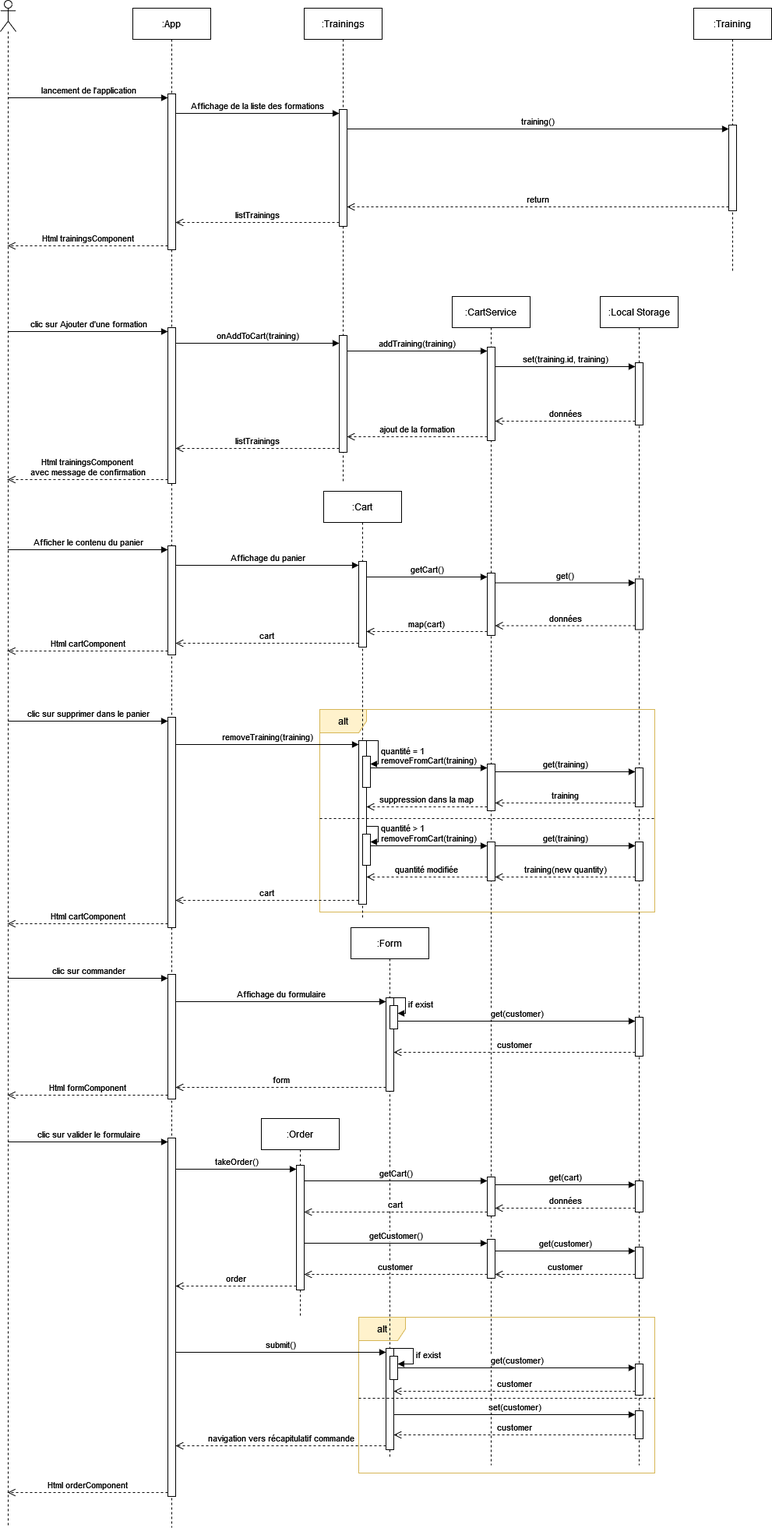
FredericBec/trainings_angular keeps this draw.io diagram as diagrams/trainings_angular_sequence_diagram.drawio.png. Above is the earlier version. Source tidied: cells renumbered, new cells last; positions are measured from the earlier drawing's top-left corner, leaving out a move shared by most shapes.
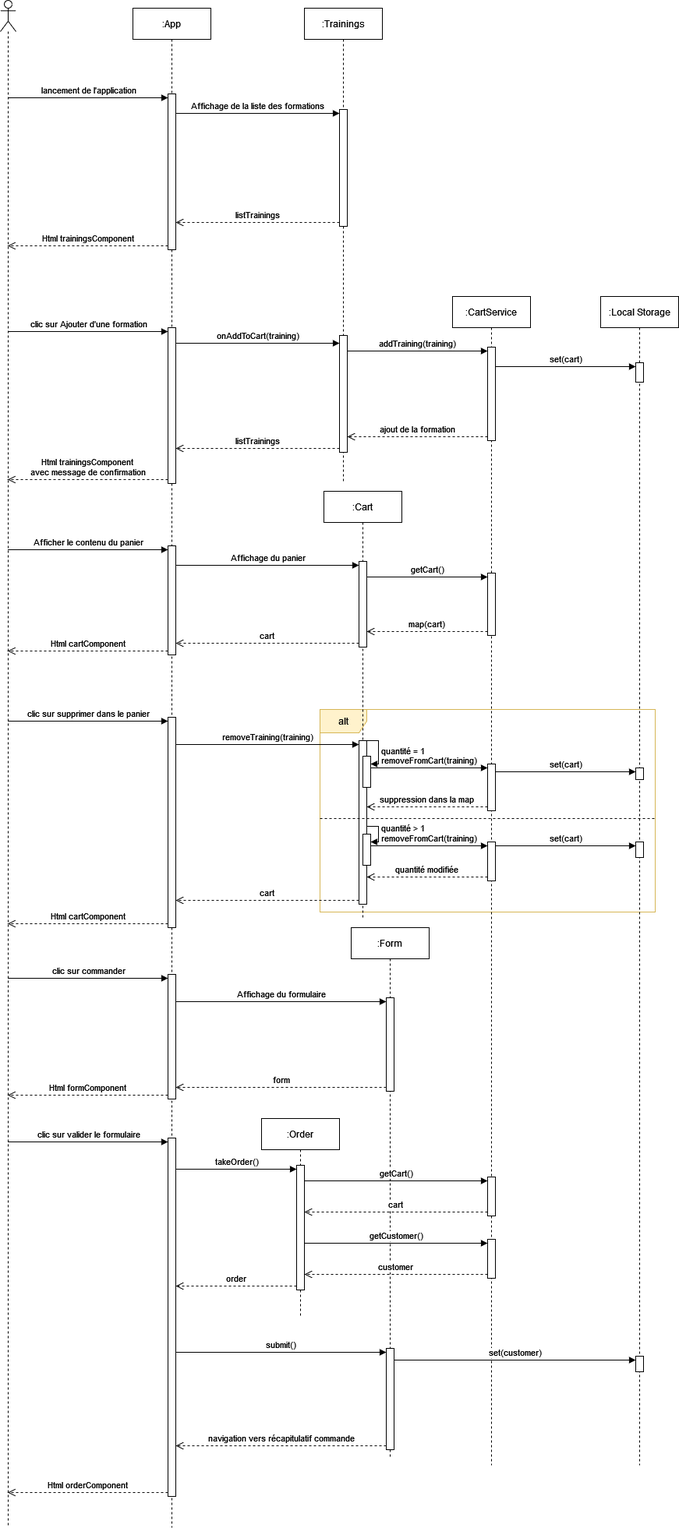
The same diagram one commit later.

Commit message:
Modify sequence diagram

The edit, as a diff of the source:
```diff
@@ -2,9 +2,6 @@
   <root>
     <mxCell id="0" />
     <mxCell id="1" parent="0" />
-    <mxCell id="2" value="alt" style="shape=umlFrame;whiteSpace=wrap;html=1;fillColor=#fff2cc;strokeColor=#d6b656;" parent="1" vertex="1">
-      <mxGeometry x="460" y="1690" width="380" height="200" as="geometry" />
-    </mxCell>
     <mxCell id="3" value="alt" style="shape=umlFrame;whiteSpace=wrap;html=1;fillColor=#fff2cc;strokeColor=#d6b656;gradientColor=none;" parent="1" vertex="1">
       <mxGeometry x="410" y="910" width="430" height="260" as="geometry" />
     </mxCell>
@@ -41,12 +38,6 @@
     <mxCell id="14" style="html=1;points=[[0,0,0,0,5],[0,1,0,0,-5],[1,0,0,0,5],[1,1,0,0,-5]];perimeter=orthogonalPerimeter;outlineConnect=0;targetShapes=umlLifeline;portConstraint=eastwest;newEdgeStyle={&quot;curved&quot;:0,&quot;rounded&quot;:0};" parent="12" vertex="1">
       <mxGeometry x="45" y="420" width="10" height="150" as="geometry" />
     </mxCell>
-    <mxCell id="15" value=":Training" style="shape=umlLifeline;perimeter=lifelinePerimeter;whiteSpace=wrap;html=1;newEdgeStyle={&quot;curved&quot;:0,&quot;rounded&quot;:0};" parent="1" vertex="1">
-      <mxGeometry x="890" y="10" width="100" height="340" as="geometry" />
-    </mxCell>
-    <mxCell id="16" style="html=1;points=[[0,0,0,0,5],[0,1,0,0,-5],[1,0,0,0,5],[1,1,0,0,-5]];perimeter=orthogonalPerimeter;outlineConnect=0;targetShapes=umlLifeline;portConstraint=eastwest;newEdgeStyle={&quot;curved&quot;:0,&quot;rounded&quot;:0};" parent="15" vertex="1">
-      <mxGeometry x="45" y="150" width="10" height="110" as="geometry" />
-    </mxCell>
     <mxCell id="17" value="lancement de l'application" style="html=1;verticalAlign=bottom;endArrow=block;curved=0;rounded=0;entryX=0;entryY=0;entryDx=0;entryDy=5;" parent="1" edge="1" source="4" target="6">
       <mxGeometry relative="1" as="geometry" />
     </mxCell>
@@ -59,12 +50,6 @@
     <mxCell id="20" value="listTrainings" style="html=1;verticalAlign=bottom;endArrow=open;dashed=1;endSize=8;curved=0;rounded=0;exitX=0;exitY=1;exitDx=0;exitDy=-5;" parent="1" edge="1" source="13" target="6">
       <mxGeometry relative="1" as="geometry" />
     </mxCell>
-    <mxCell id="21" value="training()" style="html=1;verticalAlign=bottom;endArrow=block;curved=0;rounded=0;entryX=0;entryY=0;entryDx=0;entryDy=5;" parent="1" edge="1" source="13" target="16">
-      <mxGeometry relative="1" as="geometry" />
-    </mxCell>
-    <mxCell id="22" value="return" style="html=1;verticalAlign=bottom;endArrow=open;dashed=1;endSize=8;curved=0;rounded=0;exitX=0;exitY=1;exitDx=0;exitDy=-5;" parent="1" edge="1" source="16" target="13">
-      <mxGeometry relative="1" as="geometry" />
-    </mxCell>
     <mxCell id="23" value="clic sur Ajouter d'une formation" style="html=1;verticalAlign=bottom;endArrow=block;curved=0;rounded=0;entryX=0;entryY=0;entryDx=0;entryDy=5;" parent="1" edge="1" source="4" target="7">
       <mxGeometry relative="1" as="geometry" />
     </mxCell>
@@ -111,38 +96,20 @@
       <mxGeometry x="770" y="380" width="100" height="1500" as="geometry" />
     </mxCell>
     <mxCell id="37" style="html=1;points=[[0,0,0,0,5],[0,1,0,0,-5],[1,0,0,0,5],[1,1,0,0,-5]];perimeter=orthogonalPerimeter;outlineConnect=0;targetShapes=umlLifeline;portConstraint=eastwest;newEdgeStyle={&quot;curved&quot;:0,&quot;rounded&quot;:0};" parent="36" vertex="1">
-      <mxGeometry x="45" y="85" width="10" height="80" as="geometry" />
+      <mxGeometry x="45" y="85" width="10" height="25" as="geometry" />
     </mxCell>
-    <mxCell id="38" style="html=1;points=[[0,0,0,0,5],[0,1,0,0,-5],[1,0,0,0,5],[1,1,0,0,-5]];perimeter=orthogonalPerimeter;outlineConnect=0;targetShapes=umlLifeline;portConstraint=eastwest;newEdgeStyle={&quot;curved&quot;:0,&quot;rounded&quot;:0};" parent="36" vertex="1">
-      <mxGeometry x="45" y="362.5" width="10" height="65" as="geometry" />
-    </mxCell>
     <mxCell id="39" style="html=1;points=[[0,0,0,0,5],[0,1,0,0,-5],[1,0,0,0,5],[1,1,0,0,-5]];perimeter=orthogonalPerimeter;outlineConnect=0;targetShapes=umlLifeline;portConstraint=eastwest;newEdgeStyle={&quot;curved&quot;:0,&quot;rounded&quot;:0};" parent="36" vertex="1">
-      <mxGeometry x="45" y="605" width="10" height="50" as="geometry" />
+      <mxGeometry x="45" y="605" width="10" height="15" as="geometry" />
     </mxCell>
     <mxCell id="40" style="html=1;points=[[0,0,0,0,5],[0,1,0,0,-5],[1,0,0,0,5],[1,1,0,0,-5]];perimeter=orthogonalPerimeter;outlineConnect=0;targetShapes=umlLifeline;portConstraint=eastwest;newEdgeStyle={&quot;curved&quot;:0,&quot;rounded&quot;:0};" parent="36" vertex="1">
-      <mxGeometry x="45" y="700" width="10" height="50" as="geometry" />
+      <mxGeometry x="45" y="700" width="10" height="20" as="geometry" />
     </mxCell>
-    <mxCell id="41" style="html=1;points=[[0,0,0,0,5],[0,1,0,0,-5],[1,0,0,0,5],[1,1,0,0,-5]];perimeter=orthogonalPerimeter;outlineConnect=0;targetShapes=umlLifeline;portConstraint=eastwest;newEdgeStyle={&quot;curved&quot;:0,&quot;rounded&quot;:0};" parent="36" vertex="1">
-      <mxGeometry x="45" y="925" width="10" height="50" as="geometry" />
-    </mxCell>
-    <mxCell id="42" style="html=1;points=[[0,0,0,0,5],[0,1,0,0,-5],[1,0,0,0,5],[1,1,0,0,-5]];perimeter=orthogonalPerimeter;outlineConnect=0;targetShapes=umlLifeline;portConstraint=eastwest;newEdgeStyle={&quot;curved&quot;:0,&quot;rounded&quot;:0};" parent="36" vertex="1">
-      <mxGeometry x="45" y="1370" width="10" height="40" as="geometry" />
-    </mxCell>
     <mxCell id="43" style="html=1;points=[[0,0,0,0,5],[0,1,0,0,-5],[1,0,0,0,5],[1,1,0,0,-5]];perimeter=orthogonalPerimeter;outlineConnect=0;targetShapes=umlLifeline;portConstraint=eastwest;newEdgeStyle={&quot;curved&quot;:0,&quot;rounded&quot;:0};" parent="36" vertex="1">
-      <mxGeometry x="45" y="1430" width="10" height="36" as="geometry" />
+      <mxGeometry x="45" y="1360" width="10" height="20" as="geometry" />
     </mxCell>
-    <mxCell id="44" style="html=1;points=[[0,0,0,0,5],[0,1,0,0,-5],[1,0,0,0,5],[1,1,0,0,-5]];perimeter=orthogonalPerimeter;outlineConnect=0;targetShapes=umlLifeline;portConstraint=eastwest;newEdgeStyle={&quot;curved&quot;:0,&quot;rounded&quot;:0};" parent="36" vertex="1">
-      <mxGeometry x="45" y="1135" width="10" height="40" as="geometry" />
-    </mxCell>
-    <mxCell id="45" style="html=1;points=[[0,0,0,0,5],[0,1,0,0,-5],[1,0,0,0,5],[1,1,0,0,-5]];perimeter=orthogonalPerimeter;outlineConnect=0;targetShapes=umlLifeline;portConstraint=eastwest;newEdgeStyle={&quot;curved&quot;:0,&quot;rounded&quot;:0};" parent="36" vertex="1">
-      <mxGeometry x="45" y="1220" width="10" height="40" as="geometry" />
-    </mxCell>
-    <mxCell id="46" value="set(training.id, training)" style="html=1;verticalAlign=bottom;endArrow=block;curved=0;rounded=0;entryX=0;entryY=0;entryDx=0;entryDy=5;" parent="1" edge="1" source="28" target="37">
+    <mxCell id="46" value="set(cart)" style="html=1;verticalAlign=bottom;endArrow=block;curved=0;rounded=0;entryX=0;entryY=0;entryDx=0;entryDy=5;" parent="1" edge="1" source="28" target="37">
       <mxGeometry relative="1" as="geometry" />
     </mxCell>
-    <mxCell id="47" value="données" style="html=1;verticalAlign=bottom;endArrow=open;dashed=1;endSize=8;curved=0;rounded=0;exitX=0;exitY=1;exitDx=0;exitDy=-5;" parent="1" edge="1" source="37" target="28">
-      <mxGeometry relative="1" as="geometry" />
-    </mxCell>
     <mxCell id="48" value="clic sur supprimer dans le panier" style="html=1;verticalAlign=bottom;endArrow=block;curved=0;rounded=0;entryX=0;entryY=0;entryDx=0;entryDy=5;" parent="1" edge="1" source="4" target="8">
       <mxGeometry relative="1" as="geometry" />
     </mxCell>
@@ -201,12 +168,6 @@
     <mxCell id="62" value="map(cart)" style="html=1;verticalAlign=bottom;endArrow=open;dashed=1;endSize=8;curved=0;rounded=0;exitX=0;exitY=1;exitDx=0;exitDy=-5;" parent="1" edge="1" source="29" target="53">
       <mxGeometry relative="1" as="geometry" />
     </mxCell>
-    <mxCell id="63" value="get()" style="html=1;verticalAlign=bottom;endArrow=block;curved=0;rounded=0;entryX=0;entryY=0;entryDx=0;entryDy=5;" parent="1" edge="1" source="29" target="38">
-      <mxGeometry relative="1" as="geometry" />
-    </mxCell>
-    <mxCell id="64" value="données" style="html=1;verticalAlign=bottom;endArrow=open;dashed=1;endSize=8;curved=0;rounded=0;exitX=0;exitY=1;exitDx=0;exitDy=-5;" parent="1" edge="1" source="38" target="29">
-      <mxGeometry relative="1" as="geometry" />
-    </mxCell>
     <mxCell id="65" value="removeTraining(training)" style="html=1;verticalAlign=bottom;endArrow=block;curved=0;rounded=0;entryX=0;entryY=0;entryDx=0;entryDy=5;" parent="1" edge="1" source="8" target="54">
       <mxGeometry relative="1" as="geometry" />
     </mxCell>
@@ -219,10 +180,7 @@
     <mxCell id="68" value="suppression dans la map" style="html=1;verticalAlign=bottom;endArrow=open;dashed=1;endSize=8;curved=0;rounded=0;exitX=0;exitY=1;exitDx=0;exitDy=-5;" parent="1" edge="1" source="30" target="54">
       <mxGeometry relative="1" as="geometry" />
     </mxCell>
-    <mxCell id="69" value="training" style="html=1;verticalAlign=bottom;endArrow=open;dashed=1;endSize=8;curved=0;rounded=0;exitX=0;exitY=1;exitDx=0;exitDy=-5;" parent="1" edge="1" source="39" target="30">
-      <mxGeometry relative="1" as="geometry" />
-    </mxCell>
-    <mxCell id="70" value="get(training)" style="html=1;verticalAlign=bottom;endArrow=block;curved=0;rounded=0;entryX=0;entryY=0;entryDx=0;entryDy=5;" parent="1" edge="1" source="30" target="39">
+    <mxCell id="70" value="set(cart)" style="html=1;verticalAlign=bottom;endArrow=block;curved=0;rounded=0;entryX=0;entryY=0;entryDx=0;entryDy=5;" parent="1" edge="1" source="30" target="39">
       <mxGeometry relative="1" as="geometry" />
     </mxCell>
     <mxCell id="71" value="quantité modifiée" style="html=1;verticalAlign=bottom;endArrow=open;dashed=1;endSize=8;curved=0;rounded=0;exitX=0;exitY=1;exitDx=0;exitDy=-5;" parent="1" edge="1" source="31" target="54">
@@ -234,12 +192,9 @@
     <mxCell id="73" style="line;strokeWidth=1;fillColor=none;align=left;verticalAlign=middle;spacingTop=-1;spacingLeft=3;spacingRight=3;labelPosition=right;strokeColor=inherit;dashed=1;" parent="1" vertex="1">
       <mxGeometry x="410" y="1046" width="430" height="8" as="geometry" />
     </mxCell>
-    <mxCell id="74" value="get(training)" style="html=1;verticalAlign=bottom;endArrow=block;curved=0;rounded=0;entryX=0;entryY=0;entryDx=0;entryDy=5;exitX=1;exitY=0;exitDx=0;exitDy=5;exitPerimeter=0;" parent="1" edge="1" source="31" target="40">
+    <mxCell id="74" value="set(cart)" style="html=1;verticalAlign=bottom;endArrow=block;curved=0;rounded=0;entryX=0;entryY=0;entryDx=0;entryDy=5;exitX=1;exitY=0;exitDx=0;exitDy=5;exitPerimeter=0;" parent="1" edge="1" source="31" target="40">
       <mxGeometry relative="1" as="geometry" />
     </mxCell>
-    <mxCell id="75" value="training(new quantity)" style="html=1;verticalAlign=bottom;endArrow=open;dashed=1;endSize=8;curved=0;rounded=0;exitX=0;exitY=1;exitDx=0;exitDy=-5;" parent="1" edge="1" source="40" target="31">
-      <mxGeometry relative="1" as="geometry" />
-    </mxCell>
     <mxCell id="76" value="clic sur commander" style="html=1;verticalAlign=bottom;endArrow=block;curved=0;rounded=0;entryX=0;entryY=0;entryDx=0;entryDy=5;" parent="1" edge="1" source="4" target="10">
       <mxGeometry relative="1" as="geometry" />
     </mxCell>
@@ -252,18 +207,6 @@
     <mxCell id="79" style="html=1;points=[[0,0,0,0,5],[0,1,0,0,-5],[1,0,0,0,5],[1,1,0,0,-5]];perimeter=orthogonalPerimeter;outlineConnect=0;targetShapes=umlLifeline;portConstraint=eastwest;newEdgeStyle={&quot;curved&quot;:0,&quot;rounded&quot;:0};" parent="78" vertex="1">
       <mxGeometry x="45" y="90" width="10" height="120" as="geometry" />
     </mxCell>
-    <mxCell id="80" style="html=1;points=[[0,0,0,0,5],[0,1,0,0,-5],[1,0,0,0,5],[1,1,0,0,-5]];perimeter=orthogonalPerimeter;outlineConnect=0;targetShapes=umlLifeline;portConstraint=eastwest;newEdgeStyle={&quot;curved&quot;:0,&quot;rounded&quot;:0};" parent="78" vertex="1">
-      <mxGeometry x="50" y="100" width="10" height="30" as="geometry" />
-    </mxCell>
-    <mxCell id="81" value="if exist" style="html=1;align=left;spacingLeft=2;endArrow=block;rounded=0;edgeStyle=orthogonalEdgeStyle;curved=0;rounded=0;" parent="78" edge="1" target="80">
-      <mxGeometry relative="1" as="geometry">
-        <mxPoint x="55" y="90" as="sourcePoint" />
-        <Array as="points">
-          <mxPoint x="70" y="90" />
-          <mxPoint x="70" y="110" />
-        </Array>
-      </mxGeometry>
-    </mxCell>
     <mxCell id="82" style="html=1;points=[[0,0,0,0,5],[0,1,0,0,-5],[1,0,0,0,5],[1,1,0,0,-5]];perimeter=orthogonalPerimeter;outlineConnect=0;targetShapes=umlLifeline;portConstraint=eastwest;newEdgeStyle={&quot;curved&quot;:0,&quot;rounded&quot;:0};" parent="78" vertex="1">
       <mxGeometry x="45" y="540" width="10" height="130" as="geometry" />
     </mxCell>
@@ -273,12 +216,6 @@
     <mxCell id="84" value="form" style="html=1;verticalAlign=bottom;endArrow=open;dashed=1;endSize=8;curved=0;rounded=0;exitX=0;exitY=1;exitDx=0;exitDy=-5;" parent="1" edge="1" source="79" target="10">
       <mxGeometry relative="1" as="geometry" />
     </mxCell>
-    <mxCell id="85" value="customer" style="html=1;verticalAlign=bottom;endArrow=open;dashed=1;endSize=8;curved=0;rounded=0;exitX=0;exitY=1;exitDx=0;exitDy=-5;" parent="1" edge="1" source="41" target="79">
-      <mxGeometry relative="1" as="geometry" />
-    </mxCell>
-    <mxCell id="86" value="get(customer)" style="html=1;verticalAlign=bottom;endArrow=block;rounded=0;entryX=0;entryY=0;entryDx=0;entryDy=5;entryPerimeter=0;" parent="1" edge="1" source="80" target="41">
-      <mxGeometry relative="1" as="geometry" />
-    </mxCell>
     <mxCell id="87" value="clic sur valider le formulaire" style="html=1;verticalAlign=bottom;endArrow=block;curved=0;rounded=0;entryX=0;entryY=0;entryDx=0;entryDy=5;" parent="1" edge="1" source="4" target="11">
       <mxGeometry relative="1" as="geometry" />
     </mxCell>
@@ -291,21 +228,9 @@
     <mxCell id="90" value="navigation vers récapitulatif commande" style="html=1;verticalAlign=bottom;endArrow=open;dashed=1;endSize=8;curved=0;rounded=0;exitX=0;exitY=1;exitDx=0;exitDy=-5;" parent="1" edge="1" source="82" target="11">
       <mxGeometry relative="1" as="geometry" />
     </mxCell>
-    <mxCell id="91" value="customer" style="html=1;verticalAlign=bottom;endArrow=open;dashed=1;endSize=8;curved=0;rounded=0;exitX=0;exitY=1;exitDx=0;exitDy=-5;" parent="1" edge="1" source="42" target="82">
-      <mxGeometry relative="1" as="geometry" />
-    </mxCell>
-    <mxCell id="92" value="get(customer)" style="html=1;verticalAlign=bottom;endArrow=block;curved=0;rounded=0;entryX=0;entryY=0;entryDx=0;entryDy=5;" parent="1" edge="1" source="104" target="42">
-      <mxGeometry relative="1" as="geometry" />
-    </mxCell>
-    <mxCell id="93" value="set(customer)" style="html=1;verticalAlign=bottom;endArrow=block;curved=0;rounded=0;entryX=0;entryY=0;entryDx=0;entryDy=5;" parent="1" edge="1" source="82" target="43">
+    <mxCell id="93" value="set(customer)" style="html=1;verticalAlign=bottom;endArrow=block;rounded=0;entryX=0;entryY=0;entryDx=0;entryDy=5;" parent="1" edge="1" source="82" target="43">
       <mxGeometry relative="1" as="geometry" />
     </mxCell>
-    <mxCell id="94" value="customer" style="html=1;verticalAlign=bottom;endArrow=open;dashed=1;endSize=8;curved=0;rounded=0;exitX=0;exitY=1;exitDx=0;exitDy=-5;" parent="1" edge="1" source="43" target="82">
-      <mxGeometry relative="1" as="geometry" />
-    </mxCell>
-    <mxCell id="95" style="line;strokeWidth=1;fillColor=none;align=left;verticalAlign=middle;spacingTop=-1;spacingLeft=3;spacingRight=3;labelPosition=right;strokeColor=inherit;dashed=1;" parent="1" vertex="1">
-      <mxGeometry x="460" y="1790" width="380" height="8" as="geometry" />
-    </mxCell>
     <mxCell id="96" value="getCart()" style="html=1;verticalAlign=bottom;endArrow=block;curved=0;rounded=0;entryX=0;entryY=0;entryDx=0;entryDy=5;" parent="1" edge="1" source="99" target="32">
       <mxGeometry relative="1" as="geometry" />
     </mxCell>
@@ -324,35 +249,11 @@
     <mxCell id="101" value="order" style="html=1;verticalAlign=bottom;endArrow=open;dashed=1;endSize=8;curved=0;rounded=0;exitX=0;exitY=1;exitDx=0;exitDy=-5;" parent="1" edge="1" source="99" target="11">
       <mxGeometry relative="1" as="geometry" />
     </mxCell>
-    <mxCell id="102" value="get(cart)" style="html=1;verticalAlign=bottom;endArrow=block;curved=0;rounded=0;entryX=0;entryY=0;entryDx=0;entryDy=5;" parent="1" edge="1" source="32" target="44">
-      <mxGeometry relative="1" as="geometry" />
-    </mxCell>
-    <mxCell id="103" value="données" style="html=1;verticalAlign=bottom;endArrow=open;dashed=1;endSize=8;curved=0;rounded=0;exitX=0;exitY=1;exitDx=0;exitDy=-5;" parent="1" edge="1" source="44" target="32">
-      <mxGeometry relative="1" as="geometry" />
-    </mxCell>
-    <mxCell id="104" style="html=1;points=[[0,0,0,0,5],[0,1,0,0,-5],[1,0,0,0,5],[1,1,0,0,-5]];perimeter=orthogonalPerimeter;outlineConnect=0;targetShapes=umlLifeline;portConstraint=eastwest;newEdgeStyle={&quot;curved&quot;:0,&quot;rounded&quot;:0};" parent="1" vertex="1">
-      <mxGeometry x="500" y="1740" width="10" height="30" as="geometry" />
-    </mxCell>
-    <mxCell id="105" value="if exist" style="html=1;align=left;spacingLeft=2;endArrow=block;rounded=0;edgeStyle=orthogonalEdgeStyle;curved=0;rounded=0;" parent="1" edge="1" target="104">
-      <mxGeometry relative="1" as="geometry">
-        <mxPoint x="505" y="1730" as="sourcePoint" />
-        <Array as="points">
-          <mxPoint x="530" y="1730" />
-          <mxPoint x="530" y="1750" />
-        </Array>
-      </mxGeometry>
-    </mxCell>
     <mxCell id="106" value="customer" style="html=1;verticalAlign=bottom;endArrow=open;dashed=1;endSize=8;curved=0;rounded=0;exitX=0;exitY=1;exitDx=0;exitDy=-5;" parent="1" edge="1" source="33" target="99">
       <mxGeometry relative="1" as="geometry" />
     </mxCell>
     <mxCell id="107" value="getCustomer()" style="html=1;verticalAlign=bottom;endArrow=block;curved=0;rounded=0;entryX=0;entryY=0;entryDx=0;entryDy=5;" parent="1" edge="1" source="99" target="33">
       <mxGeometry relative="1" as="geometry" />
     </mxCell>
-    <mxCell id="108" value="customer" style="html=1;verticalAlign=bottom;endArrow=open;dashed=1;endSize=8;curved=0;rounded=0;exitX=0;exitY=1;exitDx=0;exitDy=-5;" parent="1" edge="1" source="45" target="33">
-      <mxGeometry relative="1" as="geometry" />
-    </mxCell>
-    <mxCell id="109" value="get(customer)" style="html=1;verticalAlign=bottom;endArrow=block;curved=0;rounded=0;entryX=0;entryY=0;entryDx=0;entryDy=5;" parent="1" edge="1" source="33" target="45">
-      <mxGeometry relative="1" as="geometry" />
-    </mxCell>
   </root>
 </mxGraphModel>
```
